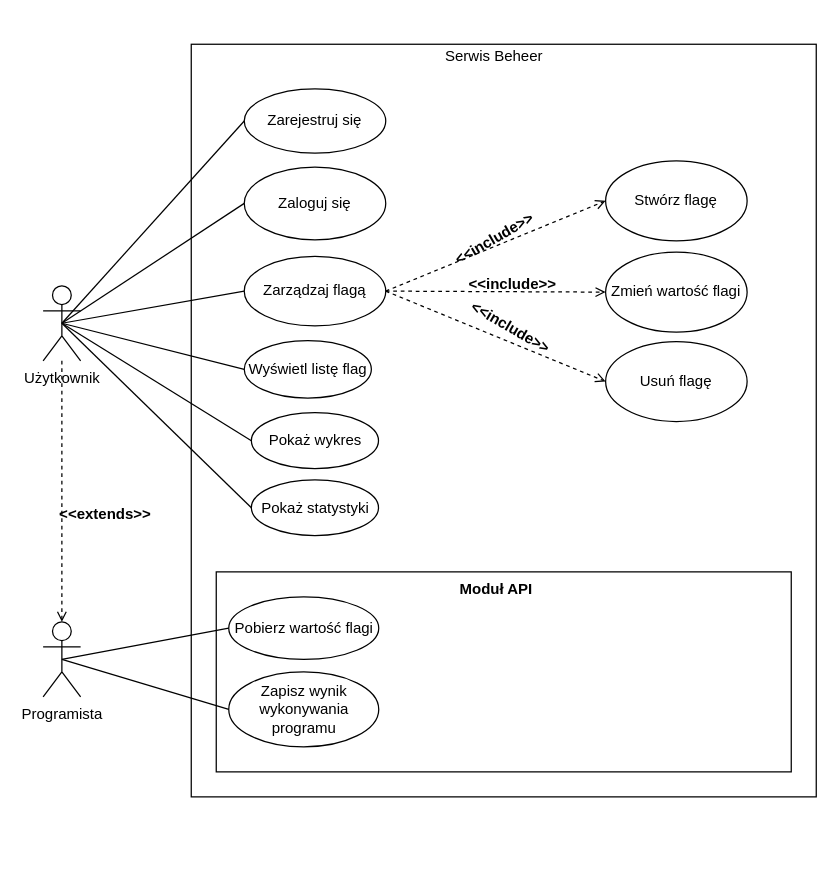
Above: Praca_Inzynierska/diagrams/usecase.drawio in AdamSzr/Beheer (draw.io), before the change. Source tidied: cells renumbered, new cells numbered last; positions are measured from the earlier drawing's top-left corner, leaving out a move shared by most shapes. Both pictures are drawn from the tidied source at 125%, with x=0, y=0 at pixel (42, 21).
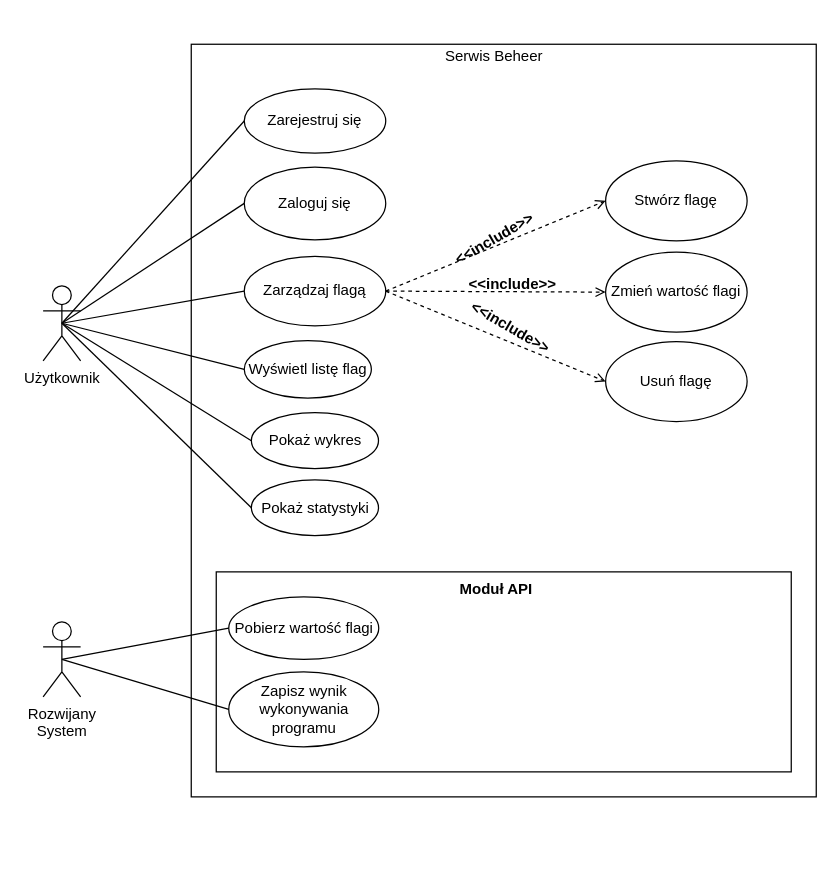
Above is the later version.

Unchanged cells that the change refers to:
```xml
<mxCell id="40" value="Użytkownik" style="shape=umlActor;verticalLabelPosition=bottom;verticalAlign=top;html=1;outlineConnect=0;" parent="1" vertex="1">
  <mxGeometry y="211.1" width="30" height="60" as="geometry" />
</mxCell>
```

Change to the diagram source:
```diff
@@
-    <mxCell id="42" style="edgeStyle=none;rounded=0;jettySize=auto;html=1;endArrow=open;endFill=0;strokeColor=default;strokeWidth=1;dashed=1;entryX=0.5;entryY=0;entryDx=0;entryDy=0;entryPerimeter=0;" parent="1" edge="1" source="40" target="43">
-      <mxGeometry relative="1" as="geometry" />
-    </mxCell>
-    <mxCell id="43" value="Programista" style="shape=umlActor;verticalLabelPosition=bottom;verticalAlign=top;html=1;rounded=0;" parent="1" vertex="1">
+    <mxCell id="43" value="Rozwijany&lt;br&gt;System" style="shape=umlActor;verticalLabelPosition=bottom;verticalAlign=top;html=1;rounded=0;" parent="1" vertex="1">
       <mxGeometry y="480" width="30" height="60" as="geometry" />
     </mxCell>
@@
-    <mxCell id="45" value="&lt;&lt;extends&gt;&gt;" style="text;align=center;fontStyle=1;verticalAlign=middle;spacingLeft=3;spacingRight=3;strokeColor=none;rounded=0;" parent="1" vertex="1">
-      <mxGeometry x="10" y="380" width="80" height="26" as="geometry" />
-    </mxCell>
```
